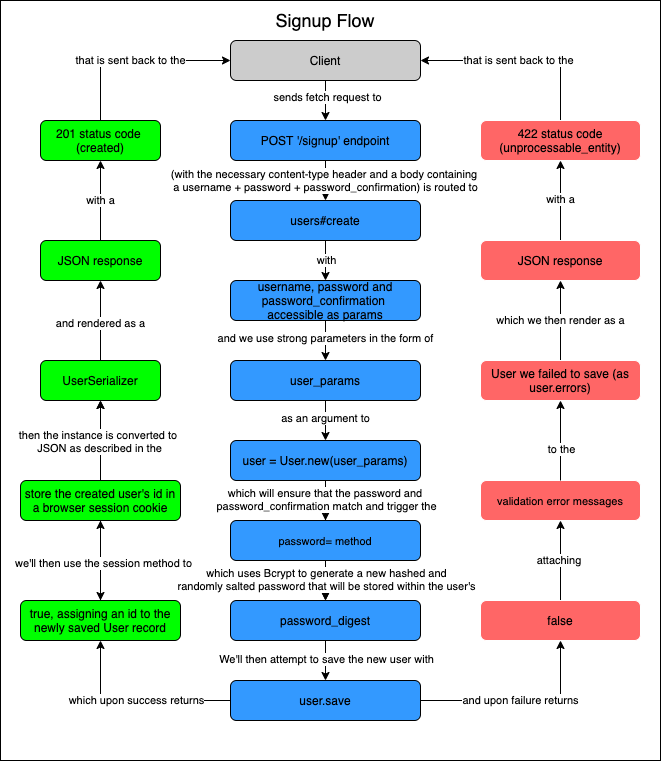
Before: 05_rails_authentication/assets/signup.png, a diagram exported from draw.io (learn-co-students/SENG-LIVE-042522-phase-4). Source tidied: cells renumbered, new cells last; positions are measured from the earlier drawing's top-left corner, leaving out a move shared by most shapes.
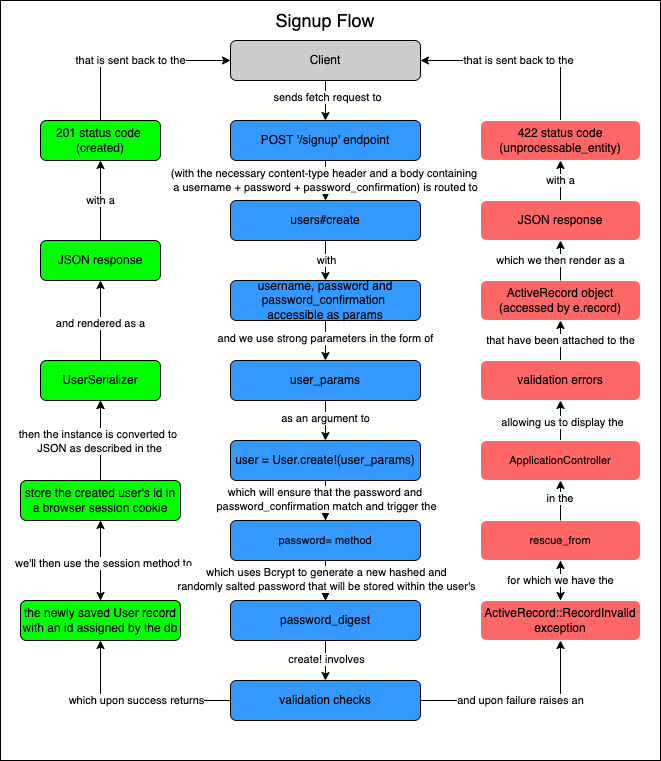
The same diagram one commit later.

The edit, as a diff of the source:
```diff
@@ -8,7 +8,7 @@
     <mxCell id="3" value="&lt;font style=&quot;font-size: 18px&quot;&gt;Signup Flow&lt;/font&gt;" style="text;html=1;strokeColor=none;fillColor=none;align=center;verticalAlign=middle;whiteSpace=wrap;rounded=0;" parent="1" vertex="1">
       <mxGeometry x="180" y="10" width="290" height="20" as="geometry" />
     </mxCell>
-    <mxCell id="4" value="user.save" style="rounded=1;whiteSpace=wrap;html=1;fillColor=#3399FF;" parent="1" vertex="1">
+    <mxCell id="4" value="validation checks" style="rounded=1;whiteSpace=wrap;html=1;fillColor=#3399FF;" parent="1" vertex="1">
       <mxGeometry x="230" y="680" width="190" height="40" as="geometry" />
     </mxCell>
     <mxCell id="5" style="edgeStyle=orthogonalEdgeStyle;rounded=0;jettySize=auto;html=1;" parent="1" edge="1" source="7" target="46">
@@ -20,9 +20,24 @@
     <mxCell id="7" value="store the created user's id in a browser session cookie" style="rounded=1;whiteSpace=wrap;html=1;fillColor=#00FF00;" parent="1" vertex="1">
       <mxGeometry x="20" y="480" width="160" height="40" as="geometry" />
     </mxCell>
+    <mxCell id="65" style="edgeStyle=none;html=1;" parent="1" edge="1" source="8" target="43">
+      <mxGeometry relative="1" as="geometry" />
+    </mxCell>
-    <mxCell id="8" value="&lt;span style=&quot;font-size: 11px&quot;&gt;validation error messages&lt;/span&gt;" style="rounded=1;whiteSpace=wrap;html=1;fillColor=#FF6666;strokeColor=#FFFFFF;" parent="1" vertex="1">
-      <mxGeometry x="480" y="480" width="160" height="40" as="geometry" />
+    <mxCell id="8" value="&lt;span style=&quot;font-size: 11px&quot;&gt;rescue_from&lt;/span&gt;" style="rounded=1;whiteSpace=wrap;html=1;fillColor=#FF6666;strokeColor=#FFFFFF;" parent="1" vertex="1">
+      <mxGeometry x="480" y="520" width="160" height="40" as="geometry" />
     </mxCell>
+    <mxCell id="66" style="edgeStyle=none;html=1;" parent="1" edge="1" source="68" target="57">
+      <mxGeometry relative="1" as="geometry" />
+    </mxCell>
+    <mxCell id="67" value="allowing us to display the" style="edgeLabel;html=1;align=center;verticalAlign=middle;" parent="66" vertex="1">
+      <mxGeometry x="-0.03" y="-1" relative="1" as="geometry" />
+    </mxCell>
+    <mxCell id="68" value="&lt;span style=&quot;font-size: 11px&quot;&gt;ApplicationController&lt;/span&gt;" style="rounded=1;whiteSpace=wrap;html=1;fillColor=#FF6666;strokeColor=#FFFFFF;" parent="1" vertex="1">
+      <mxGeometry x="480" y="440" width="160" height="40" as="geometry" />
+    </mxCell>
+    <mxCell id="69" value="ActiveRecord object (accessed by e.record)" style="rounded=1;whiteSpace=wrap;html=1;fillColor=#FF6666;strokeColor=#FFFFFF;" parent="1" vertex="1">
+      <mxGeometry x="480" y="280" width="160" height="40" as="geometry" />
+    </mxCell>
     <mxCell id="9" parent="0" />
     <mxCell id="10" style="edgeStyle=orthogonalEdgeStyle;rounded=0;jettySize=auto;html=1;" parent="9" edge="1" source="12" target="17">
       <mxGeometry relative="1" as="geometry" />
@@ -77,7 +92,7 @@
     <mxCell id="26" value="which will ensure that the password and &lt;br&gt;password_confirmation match and trigger the" style="edgeLabel;html=1;align=center;verticalAlign=middle;fillColor=none;" parent="25" vertex="1">
       <mxGeometry x="-0.11" relative="1" as="geometry" />
     </mxCell>
-    <mxCell id="27" value="user = User.new(user_params)" style="rounded=1;whiteSpace=wrap;html=1;fillColor=#3399FF;" parent="9" vertex="1">
+    <mxCell id="27" value="user = User.create!(user_params)" style="rounded=1;whiteSpace=wrap;html=1;fillColor=#3399FF;" parent="9" vertex="1">
       <mxGeometry x="230" y="440" width="190" height="40" as="geometry" />
     </mxCell>
     <mxCell id="28" style="edgeStyle=orthogonalEdgeStyle;rounded=0;jettySize=auto;html=1;exitX=0;exitY=0.5;exitDx=0;exitDy=0;" parent="9" edge="1" source="4" target="38">
@@ -86,13 +101,13 @@
     <mxCell id="29" value="which upon success returns" style="edgeLabel;html=1;align=center;verticalAlign=middle;fillColor=none;" parent="28" vertex="1">
       <mxGeometry y="-1" relative="1" as="geometry" />
     </mxCell>
-    <mxCell id="30" value="and upon failure returns" style="edgeStyle=orthogonalEdgeStyle;rounded=0;jettySize=auto;html=1;exitX=1;exitY=0.5;exitDx=0;exitDy=0;" parent="9" edge="1" source="4" target="43">
+    <mxCell id="30" value="and upon failure raises an" style="edgeStyle=orthogonalEdgeStyle;rounded=0;jettySize=auto;html=1;exitX=1;exitY=0.5;exitDx=0;exitDy=0;" parent="9" edge="1" source="4" target="43">
       <mxGeometry relative="1" as="geometry" />
     </mxCell>
     <mxCell id="31" style="edgeStyle=orthogonalEdgeStyle;rounded=0;jettySize=auto;html=1;" parent="9" edge="1" source="33" target="4">
       <mxGeometry relative="1" as="geometry" />
     </mxCell>
-    <mxCell id="32" value="We'll then attempt to save the new user with" style="edgeLabel;html=1;align=center;verticalAlign=middle;" parent="31" vertex="1">
+    <mxCell id="32" value="create! involves" style="edgeLabel;html=1;align=center;verticalAlign=middle;" parent="31" vertex="1">
       <mxGeometry x="0.26" relative="1" as="geometry">
         <mxPoint y="-7" as="offset" />
       </mxGeometry>
@@ -114,13 +129,15 @@
     <mxCell id="37" value="we'll then use the session method to" style="edgeLabel;html=1;align=center;verticalAlign=middle;" parent="36" vertex="1">
       <mxGeometry x="-0.05" y="-2" relative="1" as="geometry" />
     </mxCell>
-    <mxCell id="38" value="true, assigning an id to the newly saved User record" style="rounded=1;whiteSpace=wrap;html=1;fillColor=#00FF00;" parent="9" vertex="1">
+    <mxCell id="38" value="the newly saved User record with an id assigned by the db" style="rounded=1;whiteSpace=wrap;html=1;fillColor=#00FF00;" parent="9" vertex="1">
       <mxGeometry x="20" y="600" width="160" height="40" as="geometry" />
     </mxCell>
-    <mxCell id="39" style="edgeStyle=orthogonalEdgeStyle;rounded=0;jettySize=auto;html=1;exitX=0.5;exitY=0;exitDx=0;exitDy=0;" parent="9" edge="1" source="8" target="57">
-      <mxGeometry relative="1" as="geometry" />
+    <mxCell id="39" style="edgeStyle=orthogonalEdgeStyle;rounded=0;jettySize=auto;html=1;exitX=0.5;exitY=0;exitDx=0;exitDy=0;" parent="9" edge="1" source="8">
+      <mxGeometry relative="1" as="geometry">
+        <mxPoint x="560" y="480" as="targetPoint" />
+      </mxGeometry>
     </mxCell>
-    <mxCell id="40" value="to the" style="edgeLabel;html=1;align=center;verticalAlign=middle;" parent="39" vertex="1">
+    <mxCell id="40" value="in the&amp;nbsp;" style="edgeLabel;html=1;align=center;verticalAlign=middle;" parent="39" vertex="1">
       <mxGeometry x="-0.55" y="1" relative="1" as="geometry">
         <mxPoint x="1" y="-14" as="offset" />
       </mxGeometry>
@@ -128,10 +145,10 @@
     <mxCell id="41" style="edgeStyle=orthogonalEdgeStyle;rounded=0;jettySize=auto;html=1;" parent="9" edge="1" source="43" target="8">
       <mxGeometry relative="1" as="geometry" />
     </mxCell>
-    <mxCell id="42" value="attaching&amp;nbsp;&lt;br&gt;" style="edgeLabel;html=1;align=center;verticalAlign=middle;" parent="41" vertex="1">
+    <mxCell id="42" value="for which we have the" style="edgeLabel;html=1;align=center;verticalAlign=middle;" parent="41" vertex="1">
       <mxGeometry x="0.03" y="1" relative="1" as="geometry" />
     </mxCell>
-    <mxCell id="43" value="false" style="rounded=1;whiteSpace=wrap;html=1;fillColor=#FF6666;strokeColor=#FFFFFF;" parent="9" vertex="1">
+    <mxCell id="43" value="ActiveRecord::RecordInvalid exception" style="rounded=1;whiteSpace=wrap;html=1;fillColor=#FF6666;strokeColor=#FFFFFF;" parent="9" vertex="1">
       <mxGeometry x="480" y="600" width="160" height="40" as="geometry" />
     </mxCell>
     <mxCell id="44" style="edgeStyle=orthogonalEdgeStyle;rounded=0;jettySize=auto;html=1;" parent="9" edge="1" source="46" target="52">
@@ -174,10 +191,13 @@
     <mxCell id="55" value="201 status code &lt;br&gt;(created)" style="rounded=1;whiteSpace=wrap;html=1;fillColor=#00FF00;" parent="9" vertex="1">
       <mxGeometry x="40" y="120" width="120" height="40" as="geometry" />
     </mxCell>
-    <mxCell id="56" value="which we then render as a" style="edgeStyle=orthogonalEdgeStyle;rounded=0;jettySize=auto;html=1;" parent="9" edge="1" source="57" target="60">
+    <mxCell id="56" value="which we then render as a" style="edgeStyle=orthogonalEdgeStyle;rounded=0;jettySize=auto;html=1;exitX=0.5;exitY=0;exitDx=0;exitDy=0;" parent="9" edge="1" source="69" target="60">
       <mxGeometry relative="1" as="geometry" />
     </mxCell>
+    <mxCell id="70" value="that have been attached to the" style="edgeStyle=none;html=1;" parent="9" edge="1" source="57" target="69">
+      <mxGeometry relative="1" as="geometry" />
+    </mxCell>
-    <mxCell id="57" value="User we failed to save (as user.errors)" style="rounded=1;whiteSpace=wrap;html=1;fillColor=#FF6666;strokeColor=#FFFFFF;" parent="9" vertex="1">
+    <mxCell id="57" value="validation errors" style="rounded=1;whiteSpace=wrap;html=1;fillColor=#FF6666;strokeColor=#FFFFFF;" parent="9" vertex="1">
       <mxGeometry x="480" y="360" width="160" height="40" as="geometry" />
     </mxCell>
     <mxCell id="58" style="edgeStyle=orthogonalEdgeStyle;rounded=0;jettySize=auto;html=1;" parent="9" edge="1" source="60" target="63">
@@ -187,7 +207,7 @@
       <mxGeometry x="0.04" y="1" relative="1" as="geometry" />
     </mxCell>
     <mxCell id="60" value="JSON response" style="rounded=1;whiteSpace=wrap;html=1;fillColor=#FF6666;strokeColor=#FFFFFF;" parent="9" vertex="1">
-      <mxGeometry x="480" y="240" width="160" height="40" as="geometry" />
+      <mxGeometry x="480" y="200" width="160" height="40" as="geometry" />
     </mxCell>
     <mxCell id="61" style="edgeStyle=orthogonalEdgeStyle;rounded=0;jettySize=auto;html=1;entryX=1;entryY=0.5;entryDx=0;entryDy=0;" parent="9" edge="1" source="63" target="12">
       <mxGeometry relative="1" as="geometry">
```
